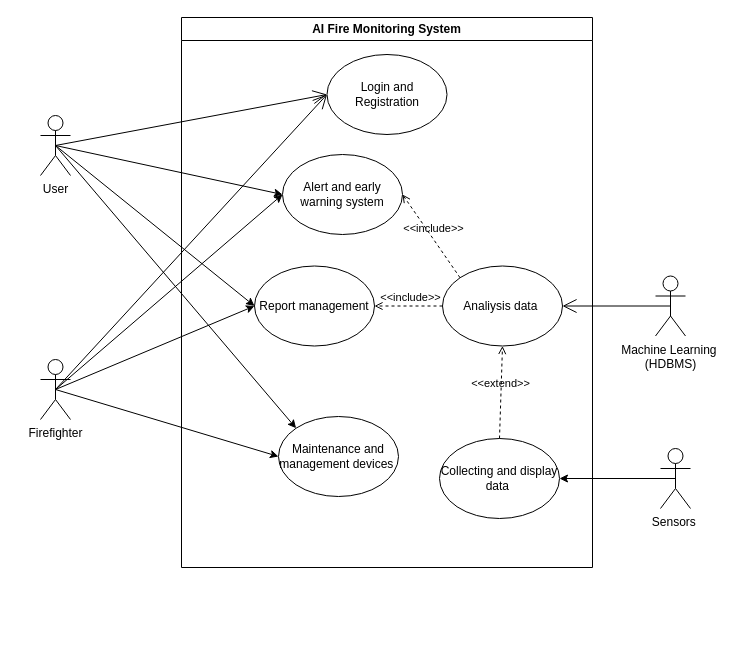
SNFASA/AI-Fire-Monitoring-System keeps this draw.io diagram as page "Use case" (2 of 8) of doc/PSM.drawio. Above is the earlier version. Source tidied: cells renumbered, new cells numbered last; positions are measured from the earlier drawing's top-left corner, leaving out a move shared by most shapes. Both pictures are drawn from the tidied source at 100%, with x=0, y=0 at pixel (40, 17).
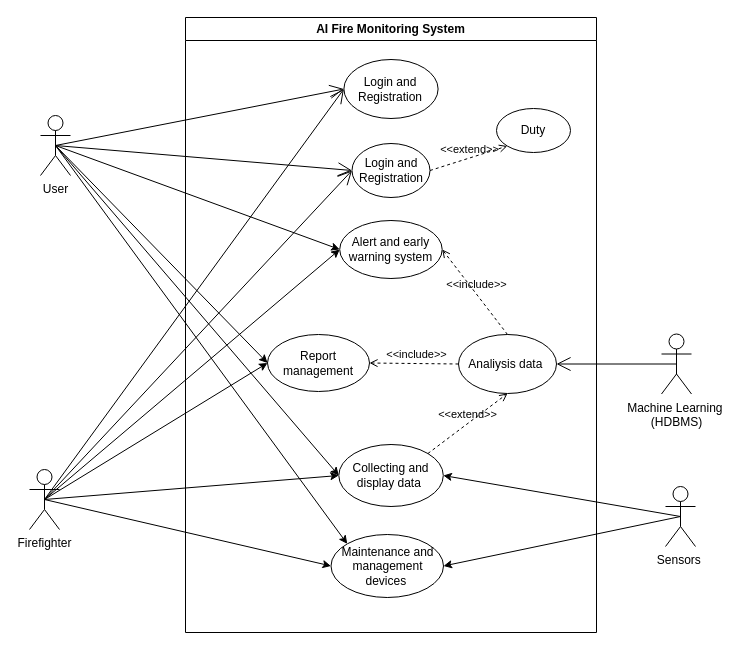
Above is the later version.

The change refers to these unchanged cells:
```xml
<mxCell id="12" value="User" style="shape=umlActor;verticalLabelPosition=bottom;verticalAlign=top;html=1;outlineConnect=0;" parent="1" vertex="1">
  <mxGeometry y="98" width="30" height="60" as="geometry" />
</mxCell>
```

Diff of the diagram source:
```diff
@@
     <mxCell id="2" value="AI Fire Monitoring System" style="swimlane;whiteSpace=wrap;html=1;" parent="1" vertex="1">
-      <mxGeometry x="141" width="411" height="550" as="geometry" />
+      <mxGeometry x="145" width="411" height="615" as="geometry" />
     </mxCell>
     <mxCell id="3" value="Login and Registration" style="ellipse;whiteSpace=wrap;html=1;" parent="2" vertex="1">
-      <mxGeometry x="145.5" y="37" width="120" height="80" as="geometry" />
+      <mxGeometry x="158.4" y="42" width="94.2" height="59" as="geometry" />
     </mxCell>
     <mxCell id="4" value="Collecting and display data&amp;nbsp;" style="ellipse;whiteSpace=wrap;html=1;" parent="2" vertex="1">
-      <mxGeometry x="258" y="421" width="120" height="80" as="geometry" />
+      <mxGeometry x="153.3" y="427" width="104.5" height="62" as="geometry" />
     </mxCell>
     <mxCell id="5" value="Analiysis data&amp;nbsp;" style="ellipse;whiteSpace=wrap;html=1;" parent="2" vertex="1">
-      <mxGeometry x="261" y="248.5" width="120" height="80" as="geometry" />
+      <mxGeometry x="273" y="317" width="98" height="59" as="geometry" />
     </mxCell>
     <mxCell id="6" value="Alert and early warning system" style="ellipse;whiteSpace=wrap;html=1;" parent="2" vertex="1">
-      <mxGeometry x="101" y="137" width="120" height="80" as="geometry" />
+      <mxGeometry x="154.2" y="203" width="102.5" height="58" as="geometry" />
     </mxCell>
     <mxCell id="7" value="Report management" style="ellipse;whiteSpace=wrap;html=1;" parent="2" vertex="1">
-      <mxGeometry x="73" y="248.5" width="120" height="80" as="geometry" />
+      <mxGeometry x="82" y="317" width="102" height="57" as="geometry" />
     </mxCell>
     <mxCell id="8" value="Maintenance and management devices&amp;nbsp;" style="ellipse;whiteSpace=wrap;html=1;" parent="2" vertex="1">
-      <mxGeometry x="97" y="399" width="120" height="80" as="geometry" />
+      <mxGeometry x="145.5" y="517" width="112.5" height="63" as="geometry" />
     </mxCell>
-    <mxCell id="9" value="&amp;lt;&amp;lt;extend&amp;gt;&amp;gt;" style="html=1;verticalAlign=bottom;labelBackgroundColor=none;endArrow=open;endFill=0;dashed=1;rounded=0;strokeColor=default;align=center;fontFamily=Helvetica;fontSize=11;fontColor=default;entryX=0.5;entryY=1;entryDx=0;entryDy=0;exitX=0.5;exitY=0;exitDx=0;exitDy=0;" parent="2" edge="1" source="4" target="5">
+    <mxCell id="9" value="&amp;lt;&amp;lt;extend&amp;gt;&amp;gt;" style="html=1;verticalAlign=bottom;labelBackgroundColor=none;endArrow=open;endFill=0;dashed=1;rounded=0;strokeColor=default;align=center;fontFamily=Helvetica;fontSize=11;fontColor=default;entryX=0.5;entryY=1;entryDx=0;entryDy=0;exitX=1;exitY=0;exitDx=0;exitDy=0;" parent="2" edge="1" source="4" target="5">
       <mxGeometry relative="1" as="geometry" />
     </mxCell>
-    <mxCell id="10" value="&amp;lt;&amp;lt;include&amp;gt;&amp;gt;" style="html=1;verticalAlign=bottom;labelBackgroundColor=none;endArrow=open;endFill=0;dashed=1;rounded=0;strokeColor=default;align=center;fontFamily=Helvetica;fontSize=11;fontColor=default;entryX=1;entryY=0.5;entryDx=0;entryDy=0;exitX=0;exitY=0;exitDx=0;exitDy=0;" parent="2" edge="1" source="5" target="6">
+    <mxCell id="10" value="&amp;lt;&amp;lt;include&amp;gt;&amp;gt;" style="html=1;verticalAlign=bottom;labelBackgroundColor=none;endArrow=open;endFill=0;dashed=1;rounded=0;strokeColor=default;align=center;fontFamily=Helvetica;fontSize=11;fontColor=default;entryX=1;entryY=0.5;entryDx=0;entryDy=0;exitX=0.5;exitY=0;exitDx=0;exitDy=0;" parent="2" edge="1" source="5" target="6">
       <mxGeometry x="-0.03" relative="1" as="geometry">
         <mxPoint x="1" as="offset" />
       </mxGeometry>
     </mxCell>
@@
+    <mxCell id="26" value="Login and Registration" style="ellipse;whiteSpace=wrap;html=1;" parent="2" vertex="1">
+      <mxGeometry x="166.5" y="126" width="78" height="54" as="geometry" />
+    </mxCell>
+    <mxCell id="27" value="Duty" style="ellipse;whiteSpace=wrap;html=1;" parent="2" vertex="1">
+      <mxGeometry x="311" y="91" width="74" height="44" as="geometry" />
+    </mxCell>
+    <mxCell id="28" value="&amp;lt;&amp;lt;extend&amp;gt;&amp;gt;" style="html=1;verticalAlign=bottom;labelBackgroundColor=none;endArrow=open;endFill=0;dashed=1;rounded=0;strokeColor=default;align=center;fontFamily=Helvetica;fontSize=11;fontColor=default;exitX=1;exitY=0.5;exitDx=0;exitDy=0;entryX=0;entryY=1;entryDx=0;entryDy=0;" parent="2" edge="1" source="26" target="27">
+      <mxGeometry relative="1" as="geometry" />
+    </mxCell>
@@
     <mxCell id="13" value="Firefighter" style="shape=umlActor;verticalLabelPosition=bottom;verticalAlign=top;html=1;outlineConnect=0;" parent="1" vertex="1">
-      <mxGeometry y="342" width="30" height="60" as="geometry" />
+      <mxGeometry x="-11" y="452" width="30" height="60" as="geometry" />
     </mxCell>
     <mxCell id="14" value="Sensors&amp;nbsp;" style="shape=umlActor;verticalLabelPosition=bottom;verticalAlign=top;html=1;outlineConnect=0;" parent="1" vertex="1">
-      <mxGeometry x="620" y="431" width="30" height="60" as="geometry" />
+      <mxGeometry x="625" y="469" width="30" height="60" as="geometry" />
     </mxCell>
     <mxCell id="15" value="Machine Learning&amp;nbsp;&lt;div&gt;(HDBMS)&lt;/div&gt;" style="shape=umlActor;verticalLabelPosition=bottom;verticalAlign=top;html=1;outlineConnect=0;" parent="1" vertex="1">
-      <mxGeometry x="615" y="258.5" width="30" height="60" as="geometry" />
+      <mxGeometry x="621" y="316.5" width="30" height="60" as="geometry" />
     </mxCell>
@@
+    <mxCell id="29" style="endArrow=classic;html=1;rounded=0;entryX=1;entryY=0.5;entryDx=0;entryDy=0;exitX=0.5;exitY=0.5;exitDx=0;exitDy=0;exitPerimeter=0;" parent="1" edge="1" source="14" target="8">
+      <mxGeometry relative="1" as="geometry" />
+    </mxCell>
+    <mxCell id="30" style="endArrow=classic;html=1;rounded=0;exitX=0.5;exitY=0.5;exitDx=0;exitDy=0;entryX=0;entryY=0.5;entryDx=0;entryDy=0;exitPerimeter=0;" parent="1" edge="1" source="12" target="4">
+      <mxGeometry relative="1" as="geometry" />
+    </mxCell>
+    <mxCell id="31" style="endArrow=classic;html=1;rounded=0;entryX=0;entryY=0.5;entryDx=0;entryDy=0;exitX=0.5;exitY=0.5;exitDx=0;exitDy=0;exitPerimeter=0;" parent="1" edge="1" source="13" target="4">
+      <mxGeometry relative="1" as="geometry" />
+    </mxCell>
+    <mxCell id="32" style="endArrow=open;endFill=1;endSize=12;html=1;rounded=0;strokeColor=default;align=center;verticalAlign=middle;fontFamily=Helvetica;fontSize=11;fontColor=default;labelBackgroundColor=default;exitX=0.5;exitY=0.5;exitDx=0;exitDy=0;exitPerimeter=0;entryX=0;entryY=0.5;entryDx=0;entryDy=0;" parent="1" edge="1" source="12" target="26">
+      <mxGeometry relative="1" as="geometry" />
+    </mxCell>
+    <mxCell id="33" style="endArrow=open;endFill=1;endSize=12;html=1;rounded=0;strokeColor=default;align=center;verticalAlign=middle;fontFamily=Helvetica;fontSize=11;fontColor=default;labelBackgroundColor=default;exitX=0.5;exitY=0.5;exitDx=0;exitDy=0;exitPerimeter=0;entryX=0;entryY=0.5;entryDx=0;entryDy=0;" parent="1" edge="1" source="13" target="26">
+      <mxGeometry relative="1" as="geometry" />
+    </mxCell>
```
